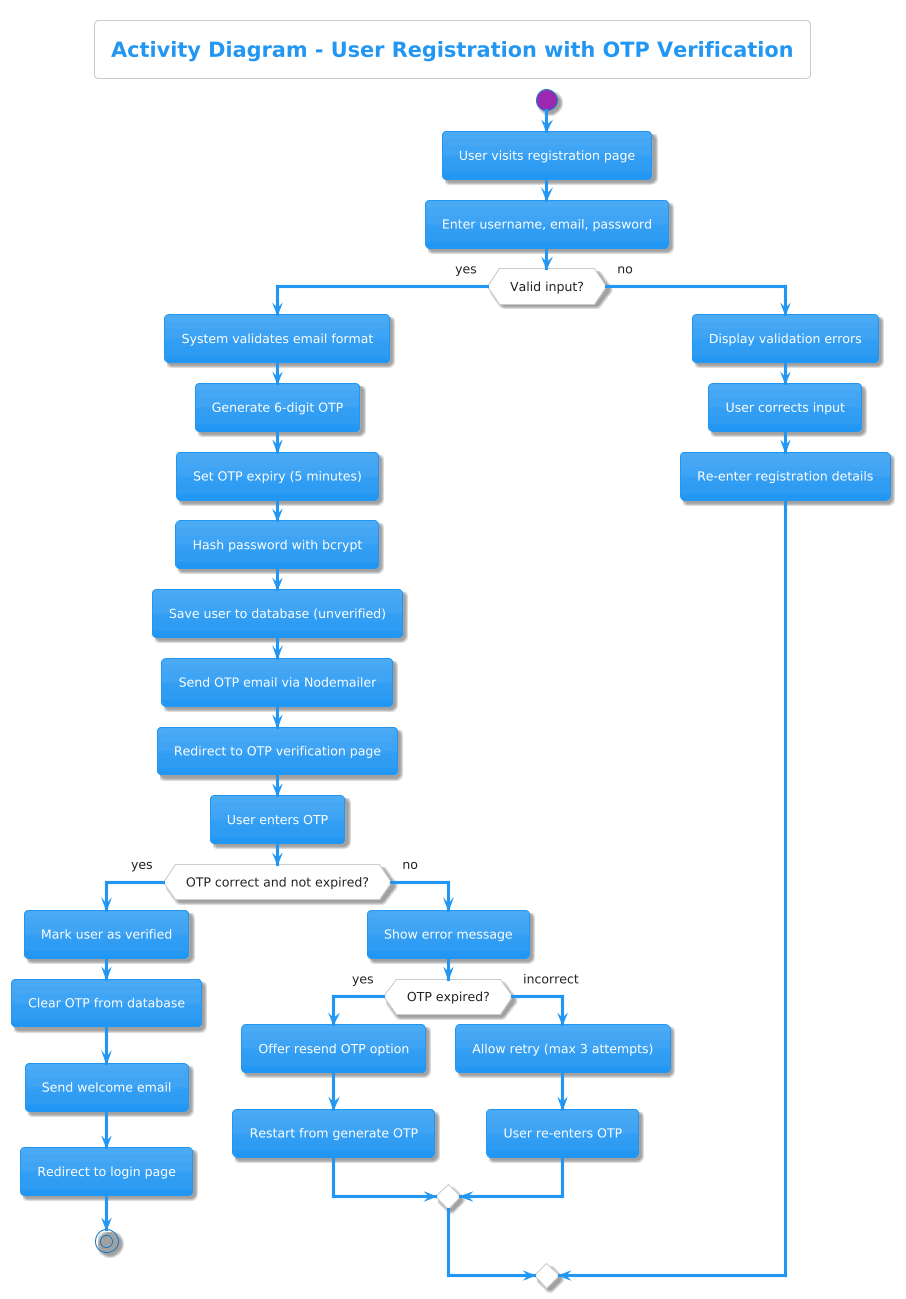
Before: activity-user registration.png, a diagram exported from PlantUML (Tomal-Mujumder/restaurant-management-report). Source of this version:
```plantuml
@startuml
!theme materia
skinparam backgroundColor white
title Activity Diagram - User Registration with OTP Verification

start
:User visits registration page;
:Enter username, email, password;

if (Valid input?) then (yes)
  :System validates email format;
  :Generate 6-digit OTP;
  :Set OTP expiry (5 minutes);
  :Hash password with bcrypt;
  :Save user to database (unverified);
  :Send OTP email via Nodemailer;
  :Redirect to OTP verification page;
  :User enters OTP;

  if (OTP correct and not expired?) then (yes)
    :Mark user as verified;
    :Clear OTP from database;
    :Send welcome email;
    :Redirect to login page;
    stop
  else (no)
    :Show error message;
    if (OTP expired?) then (yes)
      :Offer resend OTP option;
      :Restart from generate OTP;
    else (incorrect)
      :Allow retry (max 3 attempts);
      :User re-enters OTP;
    endif
  endif
else (no)
  :Display validation errors;
  :User corrects input;
  :Re-enter registration details;
endif
@enduml
```
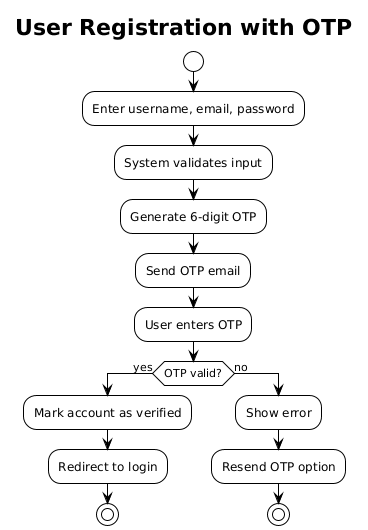
The same file after the commit.

Commit message:
activity user login inserted

Change to the diagram source:
```diff
@@ -1,41 +1,22 @@
 @startuml
-!theme materia
+!theme plain
 skinparam backgroundColor white
-title Activity Diagram - User Registration with OTP Verification
+title User Registration with OTP
 
 start
-:User visits registration page;
 :Enter username, email, password;
+:System validates input;
+:Generate 6-digit OTP;
+:Send OTP email;
+:User enters OTP;
 
-if (Valid input?) then (yes)
-  :System validates email format;
-  :Generate 6-digit OTP;
-  :Set OTP expiry (5 minutes);
-  :Hash password with bcrypt;
-  :Save user to database (unverified);
-  :Send OTP email via Nodemailer;
-  :Redirect to OTP verification page;
-  :User enters OTP;
-
-  if (OTP correct and not expired?) then (yes)
-    :Mark user as verified;
-    :Clear OTP from database;
-    :Send welcome email;
-    :Redirect to login page;
-    stop
-  else (no)
-    :Show error message;
-    if (OTP expired?) then (yes)
-      :Offer resend OTP option;
-      :Restart from generate OTP;
-    else (incorrect)
-      :Allow retry (max 3 attempts);
-      :User re-enters OTP;
-    endif
-  endif
+if (OTP valid?) then (yes)
+  :Mark account as verified;
+  :Redirect to login;
+  stop
 else (no)
-  :Display validation errors;
-  :User corrects input;
-  :Re-enter registration details;
+  :Show error;
+  :Resend OTP option;
+  stop
 endif
 @enduml
```
